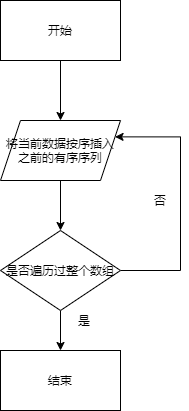
The draw.io diagram CourseDesignOfDataStructure/picture/p10/insertsort().png in Shotray/Gaint, before a commit. Source tidied: cells renumbered, new cells last; positions are measured from the earlier drawing's top-left corner, leaving out a move shared by most shapes. Source of this version:
```xml
<mxGraphModel>
  <root>
    <mxCell id="0" />
    <mxCell id="1" parent="0" />
    <mxCell id="2" style="edgeStyle=orthogonalEdgeStyle;rounded=0;jettySize=auto;html=1;exitX=0.5;exitY=1;exitDx=0;exitDy=0;entryX=0.5;entryY=0;entryDx=0;entryDy=0;" parent="1" edge="1" source="3" target="5">
      <mxGeometry relative="1" as="geometry" />
    </mxCell>
    <mxCell id="3" value="开始" style="rounded=0;whiteSpace=wrap;html=1;" parent="1" vertex="1">
      <mxGeometry width="120" height="60" as="geometry" />
    </mxCell>
    <mxCell id="4" style="edgeStyle=orthogonalEdgeStyle;rounded=0;jettySize=auto;html=1;exitX=0.5;exitY=1;exitDx=0;exitDy=0;" parent="1" edge="1" source="5" target="8">
      <mxGeometry relative="1" as="geometry" />
    </mxCell>
    <mxCell id="5" value="将当前数据按序插入之前的有序序列" style="shape=parallelogram;perimeter=parallelogramPerimeter;whiteSpace=wrap;html=1;fixedSize=1;" parent="1" vertex="1">
      <mxGeometry y="120" width="120" height="60" as="geometry" />
    </mxCell>
    <mxCell id="6" style="edgeStyle=orthogonalEdgeStyle;rounded=0;jettySize=auto;html=1;exitX=0.5;exitY=1;exitDx=0;exitDy=0;entryX=0.5;entryY=0;entryDx=0;entryDy=0;" parent="1" edge="1" source="8" target="9">
      <mxGeometry relative="1" as="geometry" />
    </mxCell>
    <mxCell id="7" style="edgeStyle=orthogonalEdgeStyle;rounded=0;jettySize=auto;html=1;exitX=1;exitY=0.5;exitDx=0;exitDy=0;entryX=1;entryY=0.25;entryDx=0;entryDy=0;" parent="1" edge="1" source="8" target="5">
      <mxGeometry relative="1" as="geometry">
        <Array as="points">
          <mxPoint x="180" y="270" />
          <mxPoint x="180" y="136" />
        </Array>
      </mxGeometry>
    </mxCell>
    <mxCell id="8" value="是否遍历过整个数组" style="rhombus;whiteSpace=wrap;html=1;" parent="1" vertex="1">
      <mxGeometry y="230" width="120" height="80" as="geometry" />
    </mxCell>
    <mxCell id="9" value="结束" style="rounded=0;whiteSpace=wrap;html=1;" parent="1" vertex="1">
      <mxGeometry y="350" width="120" height="60" as="geometry" />
    </mxCell>
    <mxCell id="10" value="是" style="text;html=1;strokeColor=none;fillColor=none;align=center;verticalAlign=middle;whiteSpace=wrap;rounded=0;" parent="1" vertex="1">
      <mxGeometry x="64" y="310" width="40" height="20" as="geometry" />
    </mxCell>
    <mxCell id="11" value="否" style="text;html=1;strokeColor=none;fillColor=none;align=center;verticalAlign=middle;whiteSpace=wrap;rounded=0;" parent="1" vertex="1">
      <mxGeometry x="140" y="190" width="40" height="20" as="geometry" />
    </mxCell>
  </root>
</mxGraphModel>
```
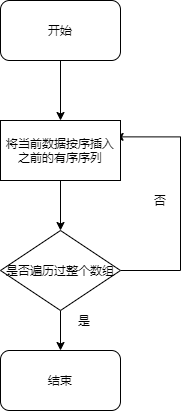
Above is the later version.

Change to the diagram source:
```diff
@@ -2,23 +2,25 @@
   <root>
     <mxCell id="0" />
     <mxCell id="1" parent="0" />
-    <mxCell id="2" style="edgeStyle=orthogonalEdgeStyle;rounded=0;jettySize=auto;html=1;exitX=0.5;exitY=1;exitDx=0;exitDy=0;entryX=0.5;entryY=0;entryDx=0;entryDy=0;" parent="1" edge="1" source="3" target="5">
-      <mxGeometry relative="1" as="geometry" />
+    <mxCell id="2" style="edgeStyle=orthogonalEdgeStyle;rounded=0;orthogonalLoop=1;jettySize=auto;html=1;exitX=0.5;exitY=1;exitDx=0;exitDy=0;entryX=0.5;entryY=0;entryDx=0;entryDy=0;" parent="1" edge="1">
+      <mxGeometry relative="1" as="geometry">
+        <mxPoint x="60" y="60" as="sourcePoint" />
+        <mxPoint x="60" y="120" as="targetPoint" />
+      </mxGeometry>
     </mxCell>
-    <mxCell id="3" value="开始" style="rounded=0;whiteSpace=wrap;html=1;" parent="1" vertex="1">
-      <mxGeometry width="120" height="60" as="geometry" />
-    </mxCell>
-    <mxCell id="4" style="edgeStyle=orthogonalEdgeStyle;rounded=0;jettySize=auto;html=1;exitX=0.5;exitY=1;exitDx=0;exitDy=0;" parent="1" edge="1" source="5" target="8">
-      <mxGeometry relative="1" as="geometry" />
+    <mxCell id="4" style="edgeStyle=orthogonalEdgeStyle;rounded=0;jettySize=auto;html=1;exitX=0.5;exitY=1;exitDx=0;exitDy=0;" parent="1" edge="1" target="8">
+      <mxGeometry relative="1" as="geometry">
+        <mxPoint x="60" y="180" as="sourcePoint" />
+      </mxGeometry>
     </mxCell>
-    <mxCell id="5" value="将当前数据按序插入之前的有序序列" style="shape=parallelogram;perimeter=parallelogramPerimeter;whiteSpace=wrap;html=1;fixedSize=1;" parent="1" vertex="1">
-      <mxGeometry y="120" width="120" height="60" as="geometry" />
-    </mxCell>
-    <mxCell id="6" style="edgeStyle=orthogonalEdgeStyle;rounded=0;jettySize=auto;html=1;exitX=0.5;exitY=1;exitDx=0;exitDy=0;entryX=0.5;entryY=0;entryDx=0;entryDy=0;" parent="1" edge="1" source="8" target="9">
-      <mxGeometry relative="1" as="geometry" />
+    <mxCell id="6" style="edgeStyle=orthogonalEdgeStyle;rounded=0;jettySize=auto;html=1;exitX=0.5;exitY=1;exitDx=0;exitDy=0;entryX=0.5;entryY=0;entryDx=0;entryDy=0;" parent="1" edge="1" source="8">
+      <mxGeometry relative="1" as="geometry">
+        <mxPoint x="60" y="350" as="targetPoint" />
+      </mxGeometry>
     </mxCell>
-    <mxCell id="7" style="edgeStyle=orthogonalEdgeStyle;rounded=0;jettySize=auto;html=1;exitX=1;exitY=0.5;exitDx=0;exitDy=0;entryX=1;entryY=0.25;entryDx=0;entryDy=0;" parent="1" edge="1" source="8" target="5">
+    <mxCell id="7" style="edgeStyle=orthogonalEdgeStyle;rounded=0;jettySize=auto;html=1;exitX=1;exitY=0.5;exitDx=0;exitDy=0;entryX=1;entryY=0.25;entryDx=0;entryDy=0;" parent="1" edge="1" source="8">
       <mxGeometry relative="1" as="geometry">
+        <mxPoint x="114.5" y="136.4" as="targetPoint" />
         <Array as="points">
           <mxPoint x="180" y="270" />
           <mxPoint x="180" y="136" />
@@ -28,14 +30,20 @@
     <mxCell id="8" value="是否遍历过整个数组" style="rhombus;whiteSpace=wrap;html=1;" parent="1" vertex="1">
       <mxGeometry y="230" width="120" height="80" as="geometry" />
     </mxCell>
-    <mxCell id="9" value="结束" style="rounded=0;whiteSpace=wrap;html=1;" parent="1" vertex="1">
-      <mxGeometry y="350" width="120" height="60" as="geometry" />
-    </mxCell>
     <mxCell id="10" value="是" style="text;html=1;strokeColor=none;fillColor=none;align=center;verticalAlign=middle;whiteSpace=wrap;rounded=0;" parent="1" vertex="1">
       <mxGeometry x="64" y="310" width="40" height="20" as="geometry" />
     </mxCell>
     <mxCell id="11" value="否" style="text;html=1;strokeColor=none;fillColor=none;align=center;verticalAlign=middle;whiteSpace=wrap;rounded=0;" parent="1" vertex="1">
       <mxGeometry x="140" y="190" width="40" height="20" as="geometry" />
     </mxCell>
+    <mxCell id="3" value="开始" style="rounded=1;whiteSpace=wrap;html=1;" parent="1" vertex="1">
+      <mxGeometry width="120" height="60" as="geometry" />
+    </mxCell>
+    <mxCell id="5" value="将当前数据按序插入之前的有序序列" style="rounded=0;whiteSpace=wrap;html=1;" parent="1" vertex="1">
+      <mxGeometry y="120" width="120" height="60" as="geometry" />
+    </mxCell>
+    <mxCell id="9" value="结束" style="rounded=1;whiteSpace=wrap;html=1;" parent="1" vertex="1">
+      <mxGeometry y="350" width="120" height="60" as="geometry" />
+    </mxCell>
   </root>
 </mxGraphModel>
```
